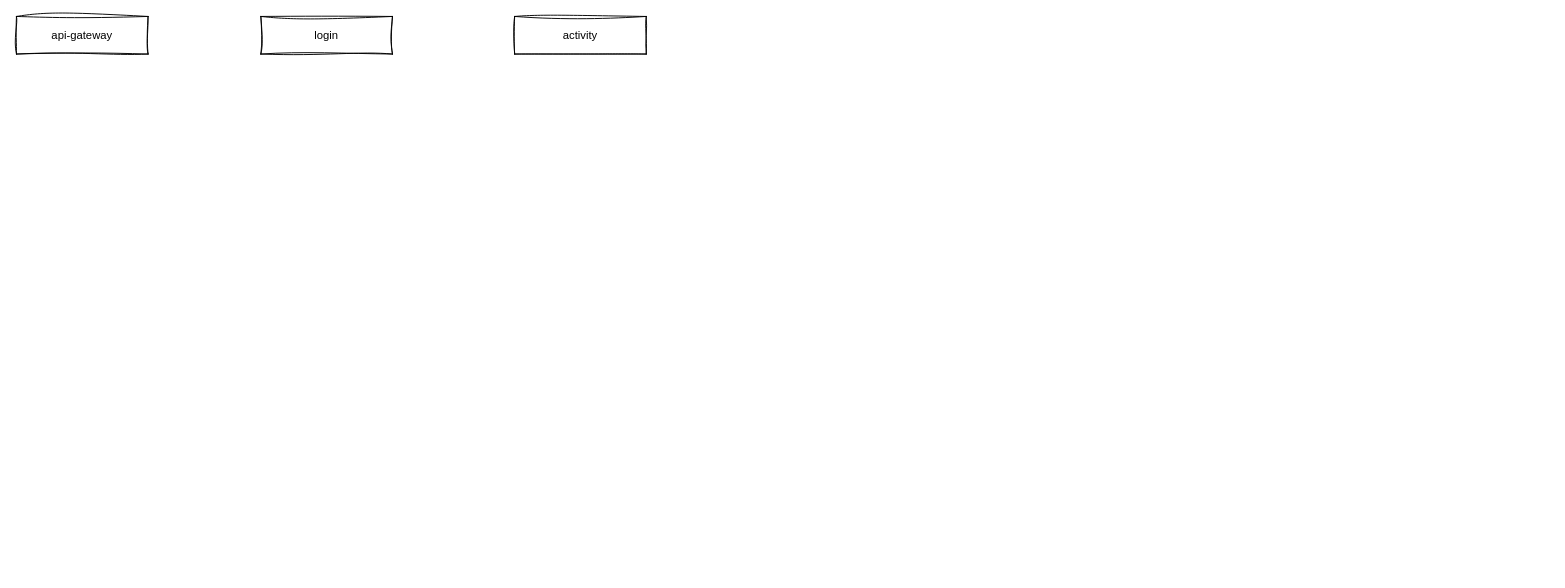
Before: SSJJ2/SS2活动完成接口流程图.drawio in Ordertiny/graph, a draw.io diagram. Source tidied: cells renumbered, new cells numbered last; positions are measured from the earlier drawing's top-left corner, leaving out a move shared by most shapes. Both pictures are drawn from the tidied source at 94%, with x=0, y=0 at pixel (16, 16).
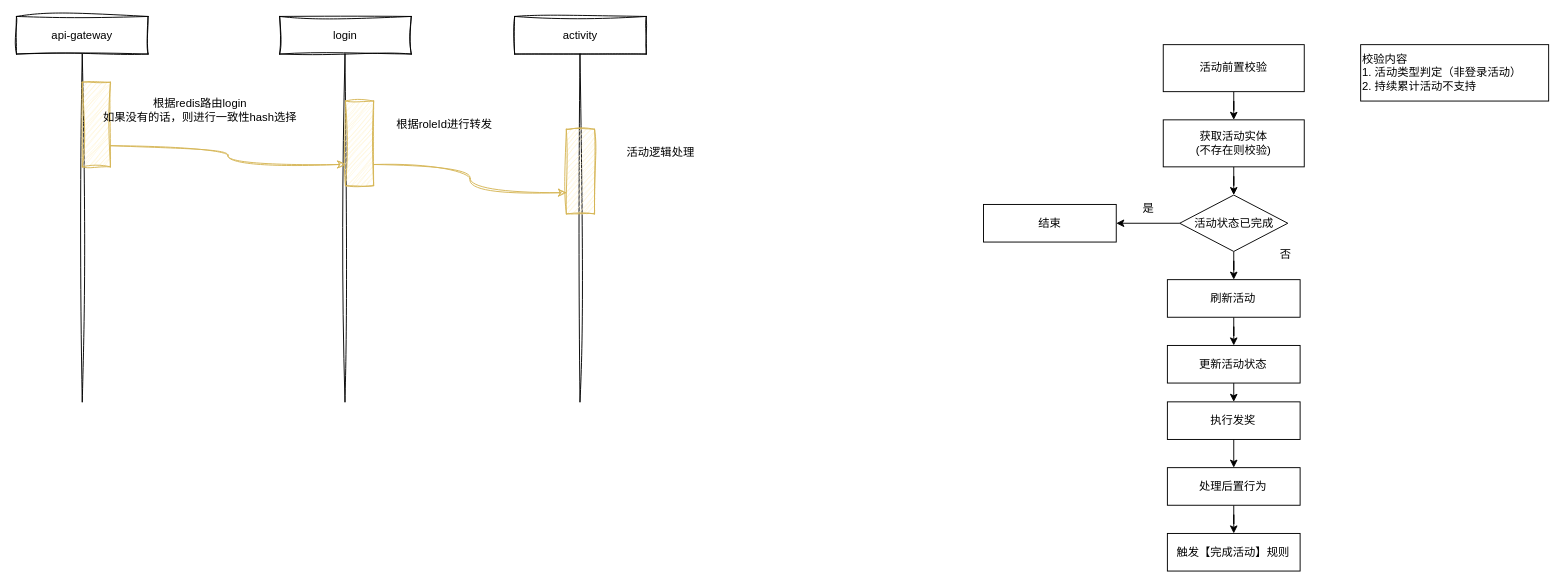
After the change.

Commit message (it also covers changes not shown here):
更新SS2活动完成接口流程图.drawio

The edit, as a diff of the source:
```diff
@@
+    <mxCell id="5" style="group;" parent="1" vertex="1">
+      <mxGeometry x="530" width="140" height="410" as="geometry" />
+    </mxCell>
+    <mxCell id="4" value="activity" style="rounded=0;whiteSpace=wrap;html=1;sketch=1;curveFitting=1;jiggle=2;" parent="5" vertex="1">
+      <mxGeometry width="140" height="40" as="geometry" />
+    </mxCell>
+    <mxCell id="6" style="endArrow=none;html=1;rounded=0;entryX=0.5;entryY=1;entryDx=0;entryDy=0;sketch=1;curveFitting=1;jiggle=2;" parent="5" edge="1">
+      <mxGeometry relative="1" as="geometry">
+        <mxPoint x="69.5" y="410" as="sourcePoint" />
+        <mxPoint x="69.5" y="40" as="targetPoint" />
+      </mxGeometry>
+    </mxCell>
+    <mxCell id="7" style="rounded=0;whiteSpace=wrap;html=1;fillColor=#fff2cc;strokeColor=#d6b656;sketch=1;curveFitting=1;jiggle=2;" parent="5" vertex="1">
+      <mxGeometry x="55" y="120" width="30" height="90" as="geometry" />
+    </mxCell>
+    <mxCell id="8" style="group;" parent="1" vertex="1">
+      <mxGeometry x="280" width="140" height="410" as="geometry" />
+    </mxCell>
+    <mxCell id="3" value="login" style="rounded=0;whiteSpace=wrap;html=1;sketch=1;curveFitting=1;jiggle=2;" parent="8" vertex="1">
+      <mxGeometry width="140" height="40" as="geometry" />
+    </mxCell>
+    <mxCell id="9" style="endArrow=none;html=1;rounded=0;entryX=0.5;entryY=1;entryDx=0;entryDy=0;sketch=1;curveFitting=1;jiggle=2;" parent="8" edge="1">
+      <mxGeometry relative="1" as="geometry">
+        <mxPoint x="69.5" y="410" as="sourcePoint" />
+        <mxPoint x="69.5" y="40" as="targetPoint" />
+      </mxGeometry>
+    </mxCell>
+    <mxCell id="10" style="rounded=0;whiteSpace=wrap;html=1;fillColor=#fff2cc;strokeColor=#d6b656;sketch=1;curveFitting=1;jiggle=2;" parent="8" vertex="1">
+      <mxGeometry x="70" y="90" width="30" height="90" as="geometry" />
+    </mxCell>
+    <mxCell id="11" style="group;" parent="1" vertex="1">
+      <mxGeometry width="310" height="410" as="geometry" />
+    </mxCell>
-    <mxCell id="2" value="api-gateway" style="rounded=0;whiteSpace=wrap;html=1;sketch=1;curveFitting=1;jiggle=2;" parent="1" vertex="1">
+    <mxCell id="2" value="api-gateway" style="rounded=0;whiteSpace=wrap;html=1;sketch=1;curveFitting=1;jiggle=2;" parent="11" vertex="1">
       <mxGeometry width="140" height="40" as="geometry" />
     </mxCell>
-    <mxCell id="3" value="login" style="rounded=0;whiteSpace=wrap;html=1;sketch=1;curveFitting=1;jiggle=2;" parent="1" vertex="1">
-      <mxGeometry x="260" width="140" height="40" as="geometry" />
-    </mxCell>
-    <mxCell id="4" value="activity" style="rounded=0;whiteSpace=wrap;html=1;sketch=1;curveFitting=1;jiggle=2;" parent="1" vertex="1">
-      <mxGeometry x="530" width="140" height="40" as="geometry" />
-    </mxCell>
+    <mxCell id="12" style="endArrow=none;html=1;rounded=0;entryX=0.5;entryY=1;entryDx=0;entryDy=0;sketch=1;curveFitting=1;jiggle=2;" parent="11" edge="1" target="2">
+      <mxGeometry relative="1" as="geometry">
+        <mxPoint x="70" y="410" as="sourcePoint" />
+      </mxGeometry>
+    </mxCell>
+    <mxCell id="13" style="rounded=0;whiteSpace=wrap;html=1;fillColor=#fff2cc;strokeColor=#d6b656;sketch=1;curveFitting=1;jiggle=2;" parent="11" vertex="1">
+      <mxGeometry x="70" y="70" width="30" height="90" as="geometry" />
+    </mxCell>
+    <mxCell id="14" value="根据redis路由login&lt;div&gt;如果没有的话，则进行一致性hash选择&lt;/div&gt;" style="text;html=1;align=center;verticalAlign=middle;strokeColor=none;fillColor=none;" parent="11" vertex="1">
+      <mxGeometry x="80" y="80" width="230" height="40" as="geometry" />
+    </mxCell>
+    <mxCell id="15" value="根据roleId进行转发" style="text;html=1;align=center;verticalAlign=middle;strokeColor=none;fillColor=none;" parent="1" vertex="1">
+      <mxGeometry x="390" y="100" width="130" height="30" as="geometry" />
+    </mxCell>
+    <mxCell id="16" value="活动逻辑处理" style="text;html=1;align=center;verticalAlign=middle;strokeColor=none;fillColor=none;" parent="1" vertex="1">
+      <mxGeometry x="635" y="130" width="100" height="30" as="geometry" />
+    </mxCell>
+    <mxCell id="17" style="endArrow=classic;html=1;rounded=0;exitX=1;exitY=0.75;exitDx=0;exitDy=0;entryX=0;entryY=0.75;entryDx=0;entryDy=0;edgeStyle=orthogonalEdgeStyle;sketch=1;curveFitting=1;jiggle=2;fillColor=#fff2cc;strokeColor=#d6b656;curved=1;" parent="1" edge="1" source="13" target="10">
+      <mxGeometry relative="1" as="geometry" />
+    </mxCell>
+    <mxCell id="18" style="endArrow=classic;html=1;rounded=0;exitX=1;exitY=0.75;exitDx=0;exitDy=0;entryX=0;entryY=0.75;entryDx=0;entryDy=0;edgeStyle=orthogonalEdgeStyle;sketch=1;curveFitting=1;jiggle=2;fillColor=#fff2cc;strokeColor=#d6b656;curved=1;" parent="1" edge="1" source="10" target="7">
+      <mxGeometry relative="1" as="geometry" />
+    </mxCell>
+    <mxCell id="19" style="edgeStyle=orthogonalEdgeStyle;rounded=0;jettySize=auto;html=1;exitX=0.5;exitY=1;exitDx=0;exitDy=0;" parent="1" edge="1" source="20" target="23">
+      <mxGeometry relative="1" as="geometry" />
+    </mxCell>
+    <mxCell id="20" value="活动前置校验" style="rounded=0;whiteSpace=wrap;html=1;" parent="1" vertex="1">
+      <mxGeometry x="1220" y="30" width="150" height="50" as="geometry" />
+    </mxCell>
+    <mxCell id="21" value="校验内容&lt;div&gt;1. 活动类型判定（非登录活动）&lt;/div&gt;&lt;div&gt;2. 持续累计活动不支持&lt;/div&gt;" style="rounded=0;whiteSpace=wrap;html=1;align=left;" parent="1" vertex="1">
+      <mxGeometry x="1430" y="30" width="200" height="60" as="geometry" />
+    </mxCell>
+    <mxCell id="22" style="edgeStyle=orthogonalEdgeStyle;rounded=0;jettySize=auto;html=1;exitX=0.5;exitY=1;exitDx=0;exitDy=0;" parent="1" edge="1" source="23" target="26">
+      <mxGeometry relative="1" as="geometry" />
+    </mxCell>
+    <mxCell id="23" value="获取活动实体&lt;div&gt;(不存在则校验)&lt;/div&gt;" style="rounded=0;whiteSpace=wrap;html=1;" parent="1" vertex="1">
+      <mxGeometry x="1220" y="110" width="150" height="50" as="geometry" />
+    </mxCell>
+    <mxCell id="24" style="edgeStyle=orthogonalEdgeStyle;rounded=0;jettySize=auto;html=1;exitX=0.5;exitY=1;exitDx=0;exitDy=0;" parent="1" edge="1" source="26" target="28">
+      <mxGeometry relative="1" as="geometry" />
+    </mxCell>
+    <mxCell id="25" style="edgeStyle=orthogonalEdgeStyle;rounded=0;jettySize=auto;html=1;exitX=0;exitY=0.5;exitDx=0;exitDy=0;" parent="1" edge="1" source="26" target="36">
+      <mxGeometry relative="1" as="geometry" />
+    </mxCell>
+    <mxCell id="26" value="活动状态已完成" style="rhombus;whiteSpace=wrap;html=1;" parent="1" vertex="1">
+      <mxGeometry x="1237.5" y="190" width="115" height="60" as="geometry" />
+    </mxCell>
+    <mxCell id="27" style="edgeStyle=orthogonalEdgeStyle;rounded=0;jettySize=auto;html=1;entryX=0.5;entryY=0;entryDx=0;entryDy=0;" parent="1" edge="1" source="28" target="30">
+      <mxGeometry relative="1" as="geometry" />
+    </mxCell>
+    <mxCell id="28" value="刷新活动" style="rounded=0;whiteSpace=wrap;html=1;" parent="1" vertex="1">
+      <mxGeometry x="1224.4" y="280" width="141.2" height="40" as="geometry" />
+    </mxCell>
+    <mxCell id="29" style="edgeStyle=orthogonalEdgeStyle;rounded=0;jettySize=auto;html=1;exitX=0.5;exitY=1;exitDx=0;exitDy=0;entryX=0.5;entryY=0;entryDx=0;entryDy=0;" parent="1" edge="1" source="30" target="32">
+      <mxGeometry relative="1" as="geometry" />
+    </mxCell>
+    <mxCell id="30" value="更新活动状态" style="rounded=0;whiteSpace=wrap;html=1;" parent="1" vertex="1">
+      <mxGeometry x="1224.4" y="350" width="141.2" height="40" as="geometry" />
+    </mxCell>
+    <mxCell id="31" style="edgeStyle=orthogonalEdgeStyle;rounded=0;jettySize=auto;html=1;exitX=0.5;exitY=1;exitDx=0;exitDy=0;entryX=0.5;entryY=0;entryDx=0;entryDy=0;" parent="1" edge="1" source="32" target="34">
+      <mxGeometry relative="1" as="geometry" />
+    </mxCell>
+    <mxCell id="32" value="执行发奖" style="rounded=0;whiteSpace=wrap;html=1;" parent="1" vertex="1">
+      <mxGeometry x="1224.4" y="410" width="141.2" height="40" as="geometry" />
+    </mxCell>
+    <mxCell id="33" style="edgeStyle=orthogonalEdgeStyle;rounded=0;jettySize=auto;html=1;exitX=0.5;exitY=1;exitDx=0;exitDy=0;" parent="1" edge="1" source="34" target="35">
+      <mxGeometry relative="1" as="geometry" />
+    </mxCell>
+    <mxCell id="34" value="处理后置行为" style="rounded=0;whiteSpace=wrap;html=1;" parent="1" vertex="1">
+      <mxGeometry x="1224.4" y="480" width="141.2" height="40" as="geometry" />
+    </mxCell>
+    <mxCell id="35" value="触发【完成活动】规则" style="rounded=0;whiteSpace=wrap;html=1;" parent="1" vertex="1">
+      <mxGeometry x="1224.4" y="550" width="141.2" height="40" as="geometry" />
+    </mxCell>
+    <mxCell id="36" value="结束" style="rounded=0;whiteSpace=wrap;html=1;" parent="1" vertex="1">
+      <mxGeometry x="1028.8" y="200" width="141.2" height="40" as="geometry" />
+    </mxCell>
+    <mxCell id="37" value="否" style="text;html=1;align=center;verticalAlign=middle;strokeColor=none;fillColor=none;" parent="1" vertex="1">
+      <mxGeometry x="1330" y="238" width="40" height="30" as="geometry" />
+    </mxCell>
+    <mxCell id="38" value="是" style="text;html=1;align=center;verticalAlign=middle;strokeColor=none;fillColor=none;" parent="1" vertex="1">
+      <mxGeometry x="1184.4" y="190" width="40" height="30" as="geometry" />
+    </mxCell>
```
